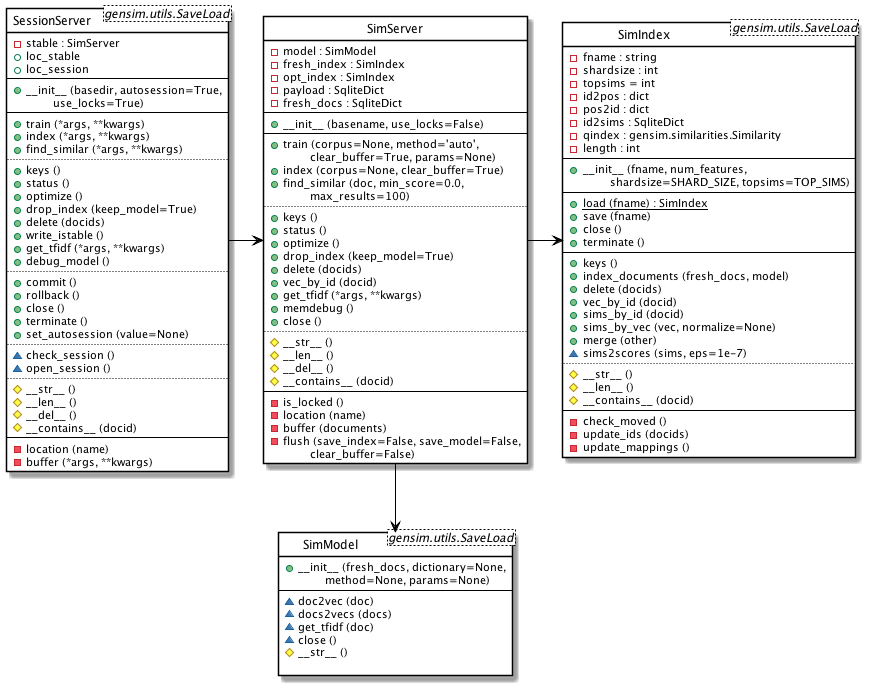
This is docs/gensim-server.png from isleon/gensim-simserver, a PlantUML export, as it was before one commit.
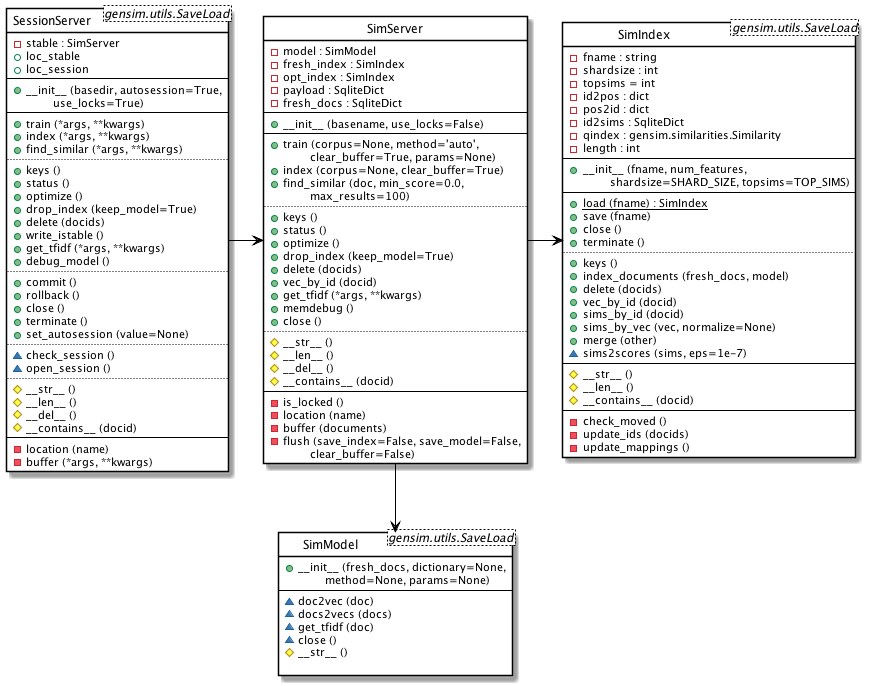
Above is the later version.

The edit, as a diff of the source:
```diff
@@ -23,7 +23,7 @@
     +save (fname)
     +close ()
     +terminate ()
-    --
+    ..
     +keys ()
     +index_documents (fresh_docs, model)
     +delete (docids)
@@ -32,7 +32,7 @@
     +sims_by_vec (vec, normalize=None)
     +merge (other)
     ~sims2scores (sims, eps=1e-7)
-    ..
+    --
     #__str__ ()
     #__len__ ()
     #__contains__ (docid)
```
